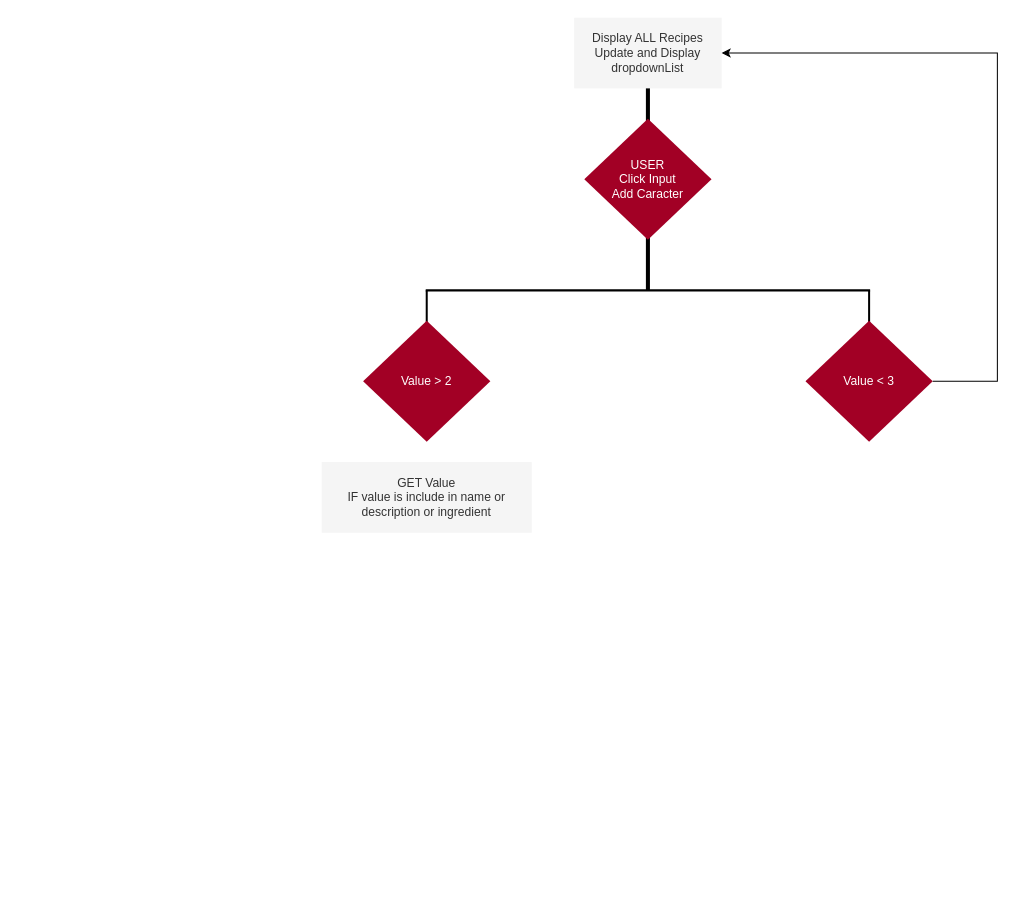
Earlier version of the draw.io diagram public/images/Untitled Diagram.drawio (JulieMoreau01/MoreauJulie_7_08102021). Source tidied: cells renumbered, new cells numbered last; positions are measured from the earlier drawing's top-left corner, leaving out a move shared by most shapes. Both pictures are drawn from the tidied source at 101%, with x=0, y=0 at pixel (321, 17).
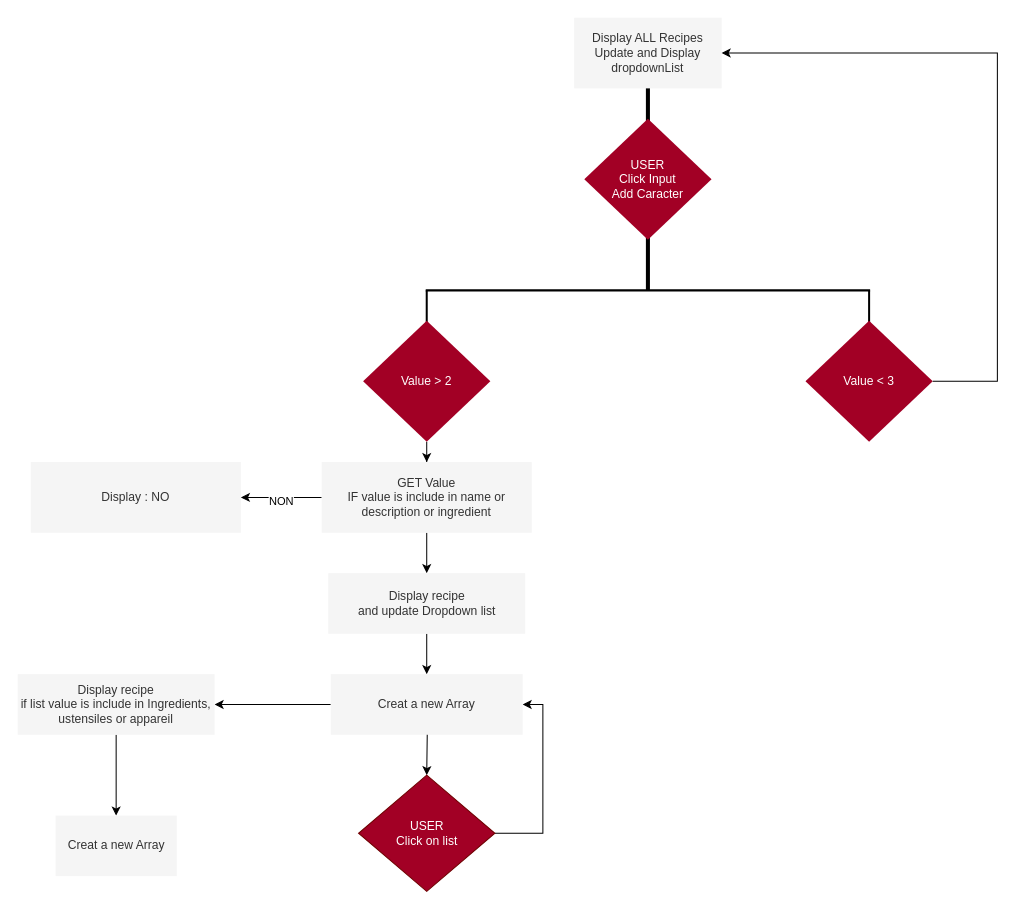
Above is the later version.

The change refers to these unchanged cells:
```xml
<mxCell id="8" value="Value &amp;gt; 2" style="rhombus;whiteSpace=wrap;html=1;fillColor=#a20025;fontColor=#ffffff;strokeColor=none;" parent="1" vertex="1">
  <mxGeometry x="41" y="300" width="126" height="120" as="geometry" />
</mxCell>
<mxCell id="12" value="&lt;div&gt;GET Value&lt;/div&gt;&lt;div&gt;IF value is include in name or description or ingredient&lt;br&gt;&lt;/div&gt;" style="rounded=0;whiteSpace=wrap;html=1;fillColor=#f5f5f5;fontColor=#333333;strokeColor=none;" parent="1" vertex="1">
  <mxGeometry y="440" width="208" height="70" as="geometry" />
</mxCell>
```

What changed in the source:
```diff
@@
+    <mxCell id="13" style="edgeStyle=orthogonalEdgeStyle;rounded=0;jettySize=auto;html=1;" parent="1" edge="1" source="8" target="12">
+      <mxGeometry relative="1" as="geometry" />
+    </mxCell>
@@
+    <mxCell id="14" style="edgeStyle=orthogonalEdgeStyle;rounded=0;jettySize=auto;html=1;" parent="1" edge="1" source="12" target="17">
+      <mxGeometry relative="1" as="geometry" />
+    </mxCell>
+    <mxCell id="15" value="NON" style="edgeLabel;html=1;align=center;verticalAlign=middle;" parent="14" vertex="1">
+      <mxGeometry x="0.03" y="3" relative="1" as="geometry" />
+    </mxCell>
+    <mxCell id="16" style="edgeStyle=orthogonalEdgeStyle;rounded=0;jettySize=auto;html=1;" parent="1" edge="1" source="12" target="20">
+      <mxGeometry relative="1" as="geometry" />
+    </mxCell>
@@
+    <mxCell id="17" value="Display : NO" style="rounded=0;whiteSpace=wrap;html=1;fillColor=#f5f5f5;fontColor=#333333;strokeColor=none;" parent="1" vertex="1">
+      <mxGeometry x="-288" y="440" width="208" height="70" as="geometry" />
+    </mxCell>
+    <mxCell id="18" style="edgeStyle=orthogonalEdgeStyle;rounded=0;jettySize=auto;html=1;" parent="1" edge="1" target="22">
+      <mxGeometry relative="1" as="geometry">
+        <mxPoint x="104" y="670" as="sourcePoint" />
+      </mxGeometry>
+    </mxCell>
+    <mxCell id="19" style="edgeStyle=orthogonalEdgeStyle;rounded=0;jettySize=auto;html=1;" parent="1" edge="1" source="20" target="24">
+      <mxGeometry relative="1" as="geometry" />
+    </mxCell>
+    <mxCell id="20" value="&lt;div&gt;Display recipe&lt;/div&gt;&lt;div&gt;and update Dropdown list&lt;br&gt;&lt;/div&gt;" style="whiteSpace=wrap;html=1;rounded=0;fontColor=#333333;strokeColor=none;fillColor=#f5f5f5;" parent="1" vertex="1">
+      <mxGeometry x="6.5" y="550" width="195" height="60" as="geometry" />
+    </mxCell>
+    <mxCell id="21" style="edgeStyle=orthogonalEdgeStyle;rounded=0;jettySize=auto;html=1;entryX=1;entryY=0.5;entryDx=0;entryDy=0;" parent="1" edge="1" source="22" target="24">
+      <mxGeometry relative="1" as="geometry">
+        <Array as="points">
+          <mxPoint x="219" y="808" />
+          <mxPoint x="219" y="680" />
+        </Array>
+      </mxGeometry>
+    </mxCell>
+    <mxCell id="22" value="&lt;div&gt;USER&lt;/div&gt;&lt;div&gt;Click on list&lt;br&gt;&lt;/div&gt;" style="rhombus;whiteSpace=wrap;html=1;rounded=0;fontColor=#ffffff;strokeColor=#6F0000;fillColor=#a20025;" parent="1" vertex="1">
+      <mxGeometry x="36.5" y="750" width="135" height="115" as="geometry" />
+    </mxCell>
+    <mxCell id="23" style="edgeStyle=orthogonalEdgeStyle;rounded=0;jettySize=auto;html=1;" parent="1" edge="1" source="24" target="26">
+      <mxGeometry relative="1" as="geometry" />
+    </mxCell>
+    <mxCell id="24" value="Creat a new Array" style="whiteSpace=wrap;html=1;rounded=0;fontColor=#333333;strokeColor=none;fillColor=#f5f5f5;" parent="1" vertex="1">
+      <mxGeometry x="9" y="650" width="190" height="60" as="geometry" />
+    </mxCell>
+    <mxCell id="25" style="edgeStyle=orthogonalEdgeStyle;rounded=0;jettySize=auto;html=1;" parent="1" edge="1" source="26" target="27">
+      <mxGeometry relative="1" as="geometry" />
+    </mxCell>
+    <mxCell id="26" value="&lt;div&gt;Display recipe&lt;/div&gt;&lt;div&gt;if list value is include in Ingredients, ustensiles or appareil&lt;br&gt;&lt;/div&gt;" style="whiteSpace=wrap;html=1;rounded=0;fontColor=#333333;strokeColor=none;fillColor=#f5f5f5;" parent="1" vertex="1">
+      <mxGeometry x="-301" y="650" width="195" height="60" as="geometry" />
+    </mxCell>
+    <mxCell id="27" value="Creat a new Array" style="whiteSpace=wrap;html=1;rounded=0;fontColor=#333333;strokeColor=none;fillColor=#f5f5f5;" parent="1" vertex="1">
+      <mxGeometry x="-263.5" y="790" width="120" height="60" as="geometry" />
+    </mxCell>
```
